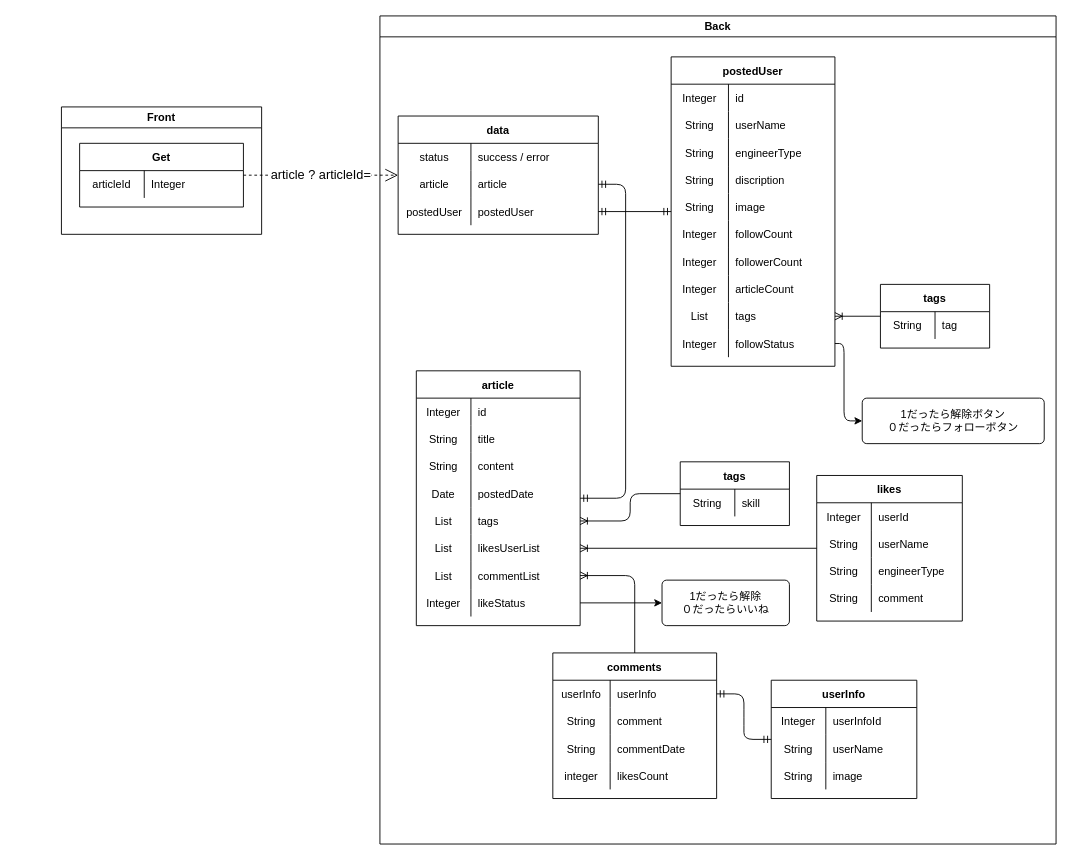
This is page "[表示]記事詳細" (5 of 17) of Designs/基本設計.drawio from yusuke-rakus/Qiish, a draw.io file, before an edit. Source tidied: cells renumbered, new cells numbered last; positions are measured from the earlier drawing's top-left corner, leaving out a move shared by most shapes. Both pictures are drawn from the tidied source at 91%, with x=0, y=0 at pixel (61, 15).
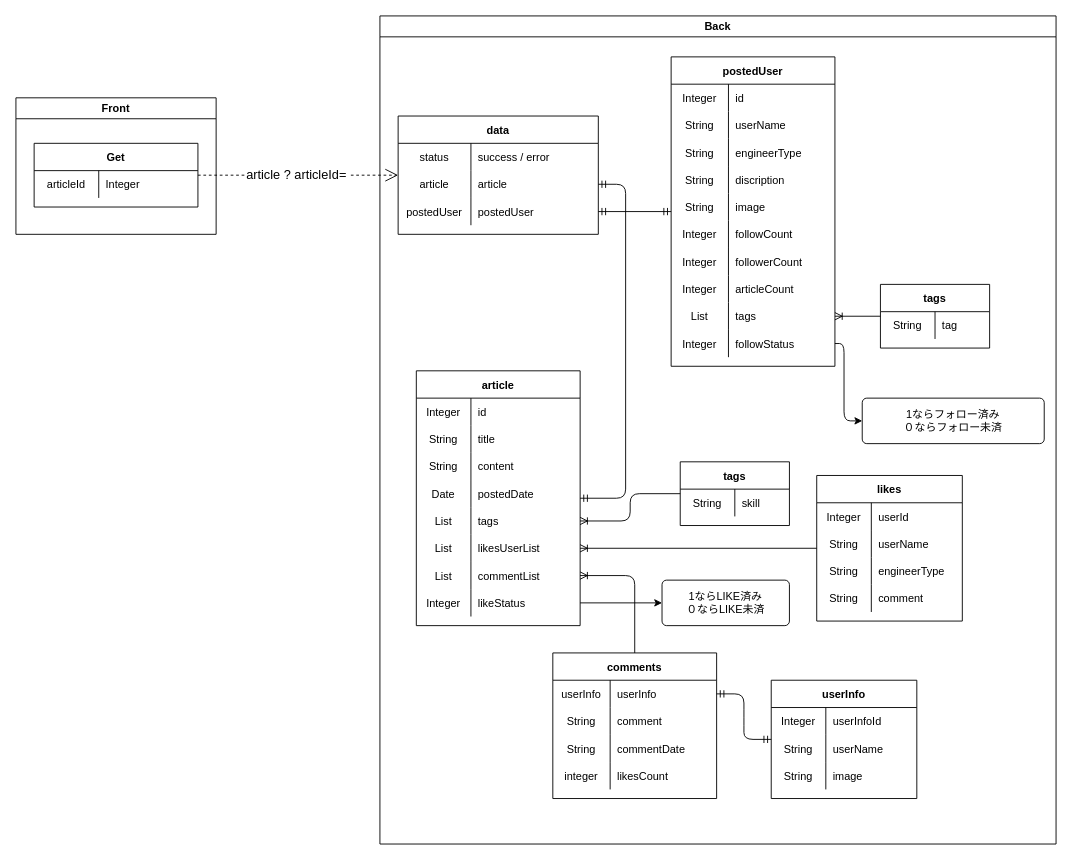
The same diagram, later.

Unchanged cells that the change refers to:
```xml
<mxCell id="7" value="Back" style="swimlane;" parent="1" vertex="1">
  <mxGeometry x="350" width="743" height="910" as="geometry" />
</mxCell>
<mxCell id="8" value="data" style="shape=table;startSize=30;childLayout=tableLayout;rowLines=0;fontStyle=1;align=center;" parent="7" vertex="1">
  <mxGeometry x="20" y="110" width="220" height="130" as="geometry" />
</mxCell>
```

The edit, as a diff of the source:
```diff
@@
     <mxCell id="2" value="Front" style="swimlane;" parent="1" vertex="1">
-      <mxGeometry y="100" width="220" height="140" as="geometry" />
+      <mxGeometry x="-50" y="90" width="220" height="150" as="geometry" />
     </mxCell>
     <mxCell id="3" value="Get" style="shape=table;startSize=30;childLayout=tableLayout;rowLines=0;fontStyle=1;align=center;" parent="2" vertex="1">
-      <mxGeometry x="20" y="40" width="180" height="70" as="geometry" />
+      <mxGeometry x="20" y="50" width="180" height="70" as="geometry" />
     </mxCell>
@@
-    <mxCell id="125" value="1だったら解除ボタン&lt;br&gt;０だったらフォローボタン" style="rounded=1;arcSize=10;whiteSpace=wrap;html=1;align=center;" parent="7" vertex="1">
+    <mxCell id="125" value="1ならフォロー済み&lt;br&gt;０ならフォロー未済" style="rounded=1;arcSize=10;whiteSpace=wrap;html=1;align=center;" parent="7" vertex="1">
       <mxGeometry x="530" y="420" width="200" height="50" as="geometry" />
     </mxCell>
@@
-    <mxCell id="127" value="1だったら解除&lt;br&gt;０だったらいいね" style="rounded=1;arcSize=10;whiteSpace=wrap;html=1;align=center;" parent="7" vertex="1">
+    <mxCell id="127" value="1ならLIKE済み&lt;br&gt;０ならLIKE未済" style="rounded=1;arcSize=10;whiteSpace=wrap;html=1;align=center;" parent="7" vertex="1">
       <mxGeometry x="310" y="620" width="140" height="50" as="geometry" />
     </mxCell>
@@
-    <mxCell id="129" value="&lt;font style=&quot;font-size: 14px&quot;&gt;article ? articleId=&lt;br&gt;&lt;/font&gt;" style="endArrow=open;endSize=12;dashed=1;html=1;" parent="1" edge="1" source="3" target="8">
+    <mxCell id="129" value="&lt;font style=&quot;font-size: 14px&quot;&gt;article ? articleId=&amp;nbsp;&lt;br&gt;&lt;/font&gt;" style="endArrow=open;endSize=12;dashed=1;html=1;" parent="1" edge="1" source="3" target="8">
       <mxGeometry relative="1" as="geometry" />
     </mxCell>
```
